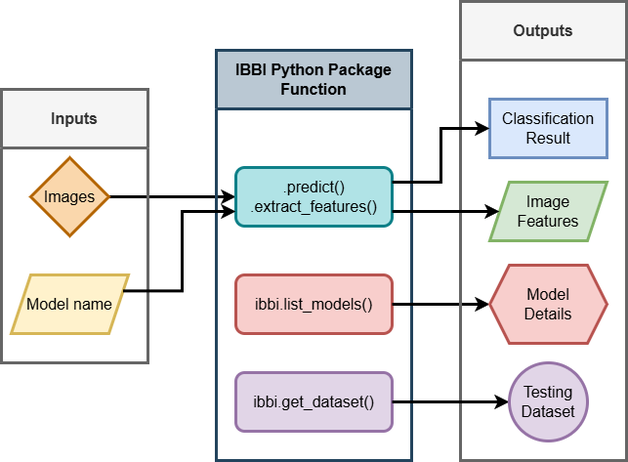
This is assets/images/ibbi_inputs_outputs.png from ChristopherMarais/IBBI, a draw.io export, as it was before one commit. Source tidied: cells renumbered, new cells last; positions are measured from the earlier drawing's top-left corner, leaving out a move shared by most shapes. Source of this version:
```xml
<mxGraphModel>
  <root>
    <mxCell id="0" />
    <mxCell id="1" parent="0" />
    <mxCell id="2" style="edgeStyle=orthogonalEdgeStyle;rounded=0;jettySize=auto;html=1;exitX=1;exitY=0.5;exitDx=0;exitDy=0;entryX=0;entryY=0.5;entryDx=0;entryDy=0;strokeWidth=3;fontSize=16;" parent="1" edge="1" source="3" target="5">
      <mxGeometry relative="1" as="geometry" />
    </mxCell>
    <mxCell id="3" value="Images" style="rhombus;whiteSpace=wrap;html=1;strokeWidth=3;fontSize=16;fillColor=#fad7ac;strokeColor=#b46504;" parent="1" vertex="1">
      <mxGeometry x="30" y="160" width="80" height="80" as="geometry" />
    </mxCell>
    <mxCell id="4" value="&lt;span style=&quot;&quot;&gt;IBBI Python Package Function&lt;/span&gt;" style="swimlane;whiteSpace=wrap;html=1;strokeWidth=3;fontSize=16;startSize=60;fontStyle=1;fillColor=#bac8d3;strokeColor=#23445d;" parent="1" vertex="1">
      <mxGeometry x="220" y="50" width="200" height="420" as="geometry" />
    </mxCell>
    <mxCell id="5" value=".predict()&lt;br&gt;.extract_features()" style="rounded=1;whiteSpace=wrap;html=1;strokeWidth=3;fontSize=16;fillColor=#b0e3e6;strokeColor=#0e8088;" parent="4" vertex="1">
      <mxGeometry x="20" y="120" width="160" height="60" as="geometry" />
    </mxCell>
    <mxCell id="6" value="ibbi.list_models()" style="rounded=1;whiteSpace=wrap;html=1;strokeWidth=3;fontSize=16;fillColor=#f8cecc;strokeColor=#b85450;" parent="4" vertex="1">
      <mxGeometry x="20" y="230" width="160" height="60" as="geometry" />
    </mxCell>
    <mxCell id="7" style="edgeStyle=orthogonalEdgeStyle;rounded=0;jettySize=auto;html=1;exitX=1;exitY=0.5;exitDx=0;exitDy=0;entryX=0;entryY=0.5;entryDx=0;entryDy=0;strokeWidth=3;fontSize=16;" parent="1" edge="1" source="6" target="14">
      <mxGeometry relative="1" as="geometry" />
    </mxCell>
    <mxCell id="8" value="Inputs" style="swimlane;whiteSpace=wrap;html=1;strokeWidth=3;fontSize=16;startSize=60;fillColor=#f5f5f5;fontColor=#333333;strokeColor=#666666;" parent="1" vertex="1">
      <mxGeometry y="90" width="150" height="280" as="geometry" />
    </mxCell>
    <mxCell id="9" value="Model name" style="shape=parallelogram;perimeter=parallelogramPerimeter;whiteSpace=wrap;html=1;fixedSize=1;strokeWidth=3;fontSize=16;fillColor=#fff2cc;strokeColor=#d6b656;" parent="8" vertex="1">
      <mxGeometry x="10" y="190" width="120" height="60" as="geometry" />
    </mxCell>
    <mxCell id="10" style="edgeStyle=orthogonalEdgeStyle;rounded=0;jettySize=auto;html=1;exitX=1;exitY=0.25;exitDx=0;exitDy=0;entryX=0;entryY=0.75;entryDx=0;entryDy=0;strokeWidth=3;fontSize=16;" parent="1" edge="1" source="9" target="5">
      <mxGeometry relative="1" as="geometry" />
    </mxCell>
    <mxCell id="11" value="Outputs" style="swimlane;whiteSpace=wrap;html=1;strokeWidth=3;fontSize=16;startSize=60;fillColor=#f5f5f5;fontColor=#333333;strokeColor=#666666;" parent="1" vertex="1">
      <mxGeometry x="470" width="170" height="470" as="geometry" />
    </mxCell>
    <mxCell id="12" value="Classification Result" style="rounded=0;whiteSpace=wrap;html=1;strokeWidth=3;fontSize=16;fillColor=#dae8fc;strokeColor=#6c8ebf;" parent="11" vertex="1">
      <mxGeometry x="30" y="100" width="120" height="60" as="geometry" />
    </mxCell>
    <mxCell id="13" value="&lt;font style=&quot;font-size: 16px;&quot;&gt;Image &lt;br&gt;Features&lt;/font&gt;" style="shape=parallelogram;perimeter=parallelogramPerimeter;whiteSpace=wrap;html=1;fixedSize=1;strokeWidth=3;fillColor=#d5e8d4;strokeColor=#82b366;" parent="11" vertex="1">
      <mxGeometry x="30" y="185" width="120" height="60" as="geometry" />
    </mxCell>
    <mxCell id="14" value="Model &lt;br&gt;Details" style="shape=hexagon;perimeter=hexagonPerimeter2;whiteSpace=wrap;html=1;fixedSize=1;strokeWidth=3;fontSize=16;fillColor=#f8cecc;strokeColor=#b85450;" parent="11" vertex="1">
      <mxGeometry x="30" y="270" width="120" height="80" as="geometry" />
    </mxCell>
    <mxCell id="15" value="ibbi.get_dataset()" style="rounded=1;whiteSpace=wrap;html=1;strokeWidth=3;fontSize=16;fillColor=#e1d5e7;strokeColor=#9673a6;" parent="11" vertex="1">
      <mxGeometry x="-230" y="380" width="160" height="60" as="geometry" />
    </mxCell>
    <mxCell id="16" style="edgeStyle=orthogonalEdgeStyle;rounded=0;jettySize=auto;html=1;exitX=1;exitY=0.5;exitDx=0;exitDy=0;entryX=0;entryY=0.5;entryDx=0;entryDy=0;strokeWidth=3;fontSize=16;" parent="11" edge="1" source="15" target="17">
      <mxGeometry relative="1" as="geometry" />
    </mxCell>
    <mxCell id="17" value="Testing Dataset" style="ellipse;whiteSpace=wrap;html=1;strokeWidth=3;fontSize=16;fillColor=#e1d5e7;strokeColor=#9673a6;" parent="11" vertex="1">
      <mxGeometry x="50" y="370" width="80" height="80" as="geometry" />
    </mxCell>
    <mxCell id="18" style="edgeStyle=orthogonalEdgeStyle;rounded=0;jettySize=auto;html=1;exitX=1;exitY=0.75;exitDx=0;exitDy=0;entryX=0;entryY=0.5;entryDx=0;entryDy=0;strokeWidth=3;" parent="1" edge="1" source="5" target="13">
      <mxGeometry relative="1" as="geometry" />
    </mxCell>
    <mxCell id="19" style="edgeStyle=orthogonalEdgeStyle;rounded=0;jettySize=auto;html=1;exitX=1;exitY=0.25;exitDx=0;exitDy=0;entryX=0;entryY=0.5;entryDx=0;entryDy=0;strokeWidth=3;" parent="1" edge="1" source="5" target="12">
      <mxGeometry relative="1" as="geometry" />
    </mxCell>
  </root>
</mxGraphModel>
```
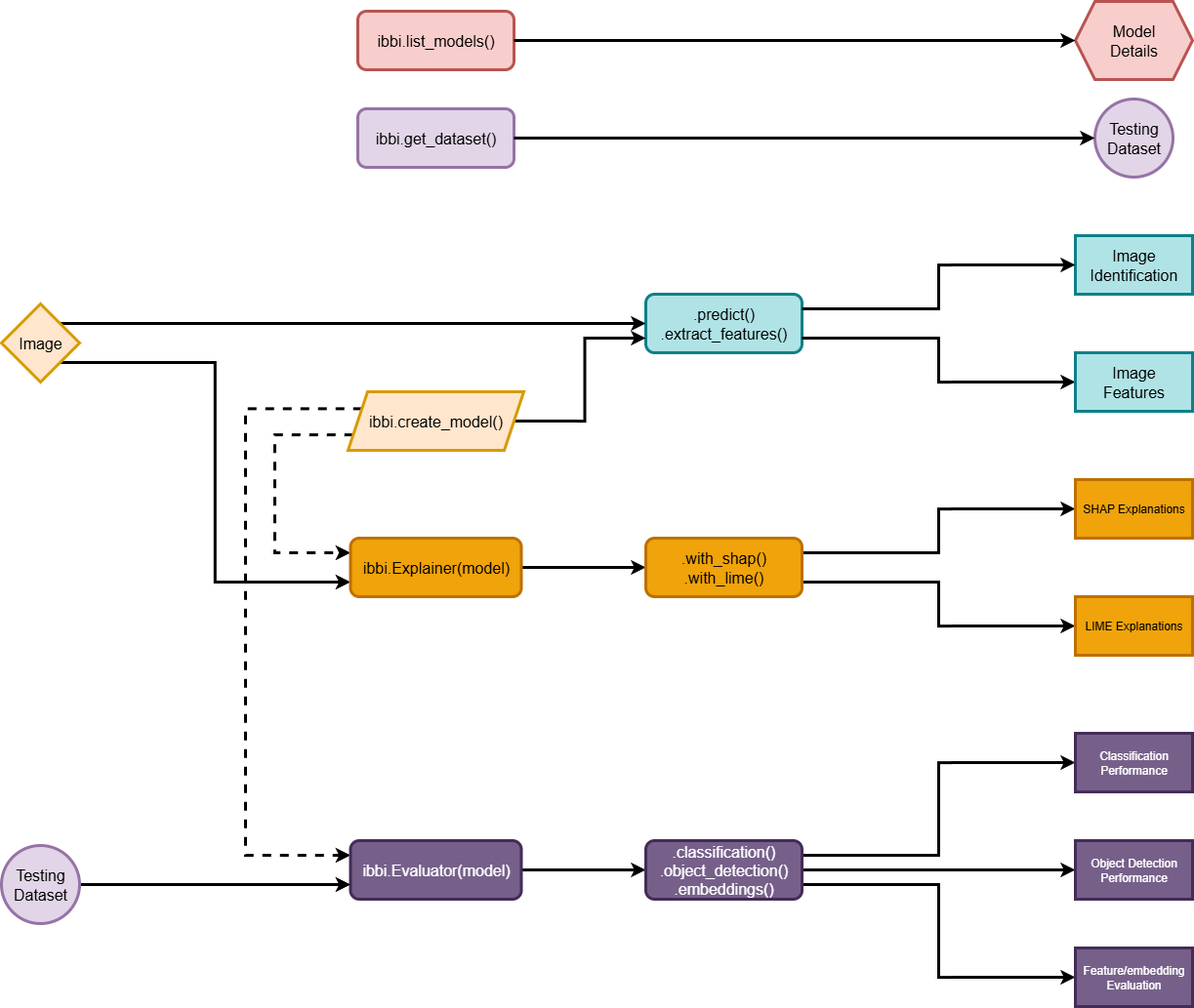
The same file after the commit.

The edit, as a diff of the source:
```diff
@@ -2,59 +2,123 @@
   <root>
     <mxCell id="0" />
     <mxCell id="1" parent="0" />
-    <mxCell id="2" style="edgeStyle=orthogonalEdgeStyle;rounded=0;jettySize=auto;html=1;exitX=1;exitY=0.5;exitDx=0;exitDy=0;entryX=0;entryY=0.5;entryDx=0;entryDy=0;strokeWidth=3;fontSize=16;" parent="1" edge="1" source="3" target="5">
-      <mxGeometry relative="1" as="geometry" />
-    </mxCell>
-    <mxCell id="3" value="Images" style="rhombus;whiteSpace=wrap;html=1;strokeWidth=3;fontSize=16;fillColor=#fad7ac;strokeColor=#b46504;" parent="1" vertex="1">
-      <mxGeometry x="30" y="160" width="80" height="80" as="geometry" />
-    </mxCell>
-    <mxCell id="4" value="&lt;span style=&quot;&quot;&gt;IBBI Python Package Function&lt;/span&gt;" style="swimlane;whiteSpace=wrap;html=1;strokeWidth=3;fontSize=16;startSize=60;fontStyle=1;fillColor=#bac8d3;strokeColor=#23445d;" parent="1" vertex="1">
-      <mxGeometry x="220" y="50" width="200" height="420" as="geometry" />
-    </mxCell>
+    <mxCell id="6" value="ibbi.list_models()" style="rounded=1;whiteSpace=wrap;html=1;strokeWidth=3;fontSize=16;fillColor=#f8cecc;strokeColor=#b85450;" parent="1" vertex="1">
+      <mxGeometry x="1285" y="-60" width="160" height="60" as="geometry" />
+    </mxCell>
+    <mxCell id="15" value="ibbi.get_dataset()" style="rounded=1;whiteSpace=wrap;html=1;strokeWidth=3;fontSize=16;fillColor=#e1d5e7;strokeColor=#9673a6;" parent="1" vertex="1">
+      <mxGeometry x="1285" y="40" width="160" height="60" as="geometry" />
+    </mxCell>
+    <mxCell id="14" value="Model &lt;br&gt;Details" style="shape=hexagon;perimeter=hexagonPerimeter2;whiteSpace=wrap;html=1;fixedSize=1;strokeWidth=3;fontSize=16;fillColor=#f8cecc;strokeColor=#b85450;" parent="1" vertex="1">
+      <mxGeometry x="2020" y="-70" width="120" height="80" as="geometry" />
+    </mxCell>
+    <mxCell id="20" value="Testing Dataset" style="ellipse;whiteSpace=wrap;html=1;strokeWidth=3;fontSize=16;fillColor=#e1d5e7;strokeColor=#9673a6;" parent="1" vertex="1">
+      <mxGeometry x="2040" y="30" width="80" height="80" as="geometry" />
+    </mxCell>
+    <mxCell id="7" style="edgeStyle=orthogonalEdgeStyle;rounded=0;jettySize=auto;html=1;exitX=1;exitY=0.5;exitDx=0;exitDy=0;entryX=0;entryY=0.5;entryDx=0;entryDy=0;strokeWidth=3;fontSize=16;" parent="1" edge="1" source="6" target="14">
+      <mxGeometry relative="1" as="geometry" />
+    </mxCell>
+    <mxCell id="21" style="edgeStyle=orthogonalEdgeStyle;rounded=0;jettySize=auto;html=1;exitX=1;exitY=0.5;exitDx=0;exitDy=0;entryX=0;entryY=0.5;entryDx=0;entryDy=0;strokeWidth=3;fontSize=16;" parent="1" edge="1" source="15" target="20">
+      <mxGeometry relative="1" as="geometry" />
+    </mxCell>
-    <mxCell id="5" value=".predict()&lt;br&gt;.extract_features()" style="rounded=1;whiteSpace=wrap;html=1;strokeWidth=3;fontSize=16;fillColor=#b0e3e6;strokeColor=#0e8088;" parent="4" vertex="1">
-      <mxGeometry x="20" y="120" width="160" height="60" as="geometry" />
+    <mxCell id="5" value=".predict()&lt;div&gt;.extract_features()&lt;/div&gt;" style="rounded=1;whiteSpace=wrap;html=1;strokeWidth=3;fontSize=16;fillColor=#b0e3e6;strokeColor=#0e8088;" parent="1" vertex="1">
+      <mxGeometry x="1580" y="230" width="160" height="60" as="geometry" />
     </mxCell>
-    <mxCell id="6" value="ibbi.list_models()" style="rounded=1;whiteSpace=wrap;html=1;strokeWidth=3;fontSize=16;fillColor=#f8cecc;strokeColor=#b85450;" parent="4" vertex="1">
-      <mxGeometry x="20" y="230" width="160" height="60" as="geometry" />
-    </mxCell>
-    <mxCell id="7" style="edgeStyle=orthogonalEdgeStyle;rounded=0;jettySize=auto;html=1;exitX=1;exitY=0.5;exitDx=0;exitDy=0;entryX=0;entryY=0.5;entryDx=0;entryDy=0;strokeWidth=3;fontSize=16;" parent="1" edge="1" source="6" target="14">
-      <mxGeometry relative="1" as="geometry" />
-    </mxCell>
-    <mxCell id="8" value="Inputs" style="swimlane;whiteSpace=wrap;html=1;strokeWidth=3;fontSize=16;startSize=60;fillColor=#f5f5f5;fontColor=#333333;strokeColor=#666666;" parent="1" vertex="1">
-      <mxGeometry y="90" width="150" height="280" as="geometry" />
-    </mxCell>
-    <mxCell id="9" value="Model name" style="shape=parallelogram;perimeter=parallelogramPerimeter;whiteSpace=wrap;html=1;fixedSize=1;strokeWidth=3;fontSize=16;fillColor=#fff2cc;strokeColor=#d6b656;" parent="8" vertex="1">
-      <mxGeometry x="10" y="190" width="120" height="60" as="geometry" />
-    </mxCell>
-    <mxCell id="10" style="edgeStyle=orthogonalEdgeStyle;rounded=0;jettySize=auto;html=1;exitX=1;exitY=0.25;exitDx=0;exitDy=0;entryX=0;entryY=0.75;entryDx=0;entryDy=0;strokeWidth=3;fontSize=16;" parent="1" edge="1" source="9" target="5">
-      <mxGeometry relative="1" as="geometry" />
-    </mxCell>
-    <mxCell id="11" value="Outputs" style="swimlane;whiteSpace=wrap;html=1;strokeWidth=3;fontSize=16;startSize=60;fillColor=#f5f5f5;fontColor=#333333;strokeColor=#666666;" parent="1" vertex="1">
-      <mxGeometry x="470" width="170" height="470" as="geometry" />
-    </mxCell>
-    <mxCell id="12" value="Classification Result" style="rounded=0;whiteSpace=wrap;html=1;strokeWidth=3;fontSize=16;fillColor=#dae8fc;strokeColor=#6c8ebf;" parent="11" vertex="1">
-      <mxGeometry x="30" y="100" width="120" height="60" as="geometry" />
-    </mxCell>
+    <mxCell id="22" style="edgeStyle=orthogonalEdgeStyle;rounded=0;jettySize=auto;html=1;exitX=1;exitY=0.5;exitDx=0;exitDy=0;entryX=0;entryY=0.75;entryDx=0;entryDy=0;strokeWidth=3;endArrow=classic;endFill=1;" parent="1" edge="1" source="25" target="5">
+      <mxGeometry relative="1" as="geometry" />
+    </mxCell>
+    <mxCell id="23" style="edgeStyle=orthogonalEdgeStyle;rounded=0;jettySize=auto;html=1;exitX=0;exitY=0.25;exitDx=0;exitDy=0;entryX=0;entryY=0.25;entryDx=0;entryDy=0;strokeWidth=3;endArrow=classic;endFill=1;dashed=1;" parent="1" edge="1" source="25" target="32">
+      <mxGeometry relative="1" as="geometry">
+        <Array as="points">
+          <mxPoint x="1170" y="347" />
+          <mxPoint x="1170" y="805" />
+        </Array>
+      </mxGeometry>
+    </mxCell>
+    <mxCell id="24" style="edgeStyle=orthogonalEdgeStyle;rounded=0;jettySize=auto;html=1;exitX=0;exitY=0.75;exitDx=0;exitDy=0;entryX=0;entryY=0.25;entryDx=0;entryDy=0;strokeWidth=3;endArrow=classic;endFill=1;dashed=1;" parent="1" edge="1" source="25" target="43">
+      <mxGeometry relative="1" as="geometry">
+        <Array as="points">
+          <mxPoint x="1200" y="374" />
+          <mxPoint x="1200" y="495" />
+        </Array>
+      </mxGeometry>
+    </mxCell>
+    <mxCell id="25" value="ibbi.create_model()" style="shape=parallelogram;perimeter=parallelogramPerimeter;whiteSpace=wrap;html=1;fixedSize=1;strokeWidth=3;fontSize=16;fillColor=#ffe6cc;strokeColor=#d79b00;" parent="1" vertex="1">
+      <mxGeometry x="1275" y="330" width="180" height="60" as="geometry" />
+    </mxCell>
+    <mxCell id="26" style="edgeStyle=orthogonalEdgeStyle;rounded=0;jettySize=auto;html=1;exitX=1;exitY=1;exitDx=0;exitDy=0;entryX=0;entryY=0.75;entryDx=0;entryDy=0;strokeWidth=3;endArrow=classic;endFill=1;" parent="1" edge="1" source="28" target="43">
+      <mxGeometry relative="1" as="geometry" />
+    </mxCell>
+    <mxCell id="27" style="edgeStyle=orthogonalEdgeStyle;rounded=0;jettySize=auto;html=1;exitX=1;exitY=0;exitDx=0;exitDy=0;entryX=0;entryY=0.5;entryDx=0;entryDy=0;strokeWidth=3;endArrow=classic;endFill=1;" parent="1" edge="1" source="28" target="5">
+      <mxGeometry relative="1" as="geometry" />
+    </mxCell>
+    <mxCell id="28" value="Image" style="rhombus;whiteSpace=wrap;html=1;strokeWidth=3;fontSize=16;fillColor=#ffe6cc;strokeColor=#d79b00;" parent="1" vertex="1">
+      <mxGeometry x="920" y="240" width="80" height="80" as="geometry" />
+    </mxCell>
+    <mxCell id="29" value="Image Identification" style="rounded=0;whiteSpace=wrap;html=1;strokeWidth=3;fontSize=16;fillColor=#b0e3e6;strokeColor=#0e8088;" parent="1" vertex="1">
+      <mxGeometry x="2020" y="170" width="120" height="60" as="geometry" />
+    </mxCell>
+    <mxCell id="18" style="edgeStyle=orthogonalEdgeStyle;rounded=0;jettySize=auto;html=1;exitX=1;exitY=0.75;exitDx=0;exitDy=0;entryX=0;entryY=0.5;entryDx=0;entryDy=0;strokeWidth=3;" parent="1" edge="1" source="5" target="13">
+      <mxGeometry relative="1" as="geometry" />
+    </mxCell>
+    <mxCell id="30" style="edgeStyle=orthogonalEdgeStyle;rounded=0;jettySize=auto;html=1;exitX=1;exitY=0.25;exitDx=0;exitDy=0;entryX=0;entryY=0.5;entryDx=0;entryDy=0;strokeWidth=3;" parent="1" edge="1" source="5" target="29">
+      <mxGeometry relative="1" as="geometry" />
+    </mxCell>
+    <mxCell id="31" style="edgeStyle=orthogonalEdgeStyle;rounded=0;jettySize=auto;html=1;exitX=1;exitY=0.5;exitDx=0;exitDy=0;entryX=0;entryY=0.5;entryDx=0;entryDy=0;strokeWidth=3;endArrow=classic;endFill=1;" parent="1" edge="1" source="32" target="38">
+      <mxGeometry relative="1" as="geometry" />
+    </mxCell>
+    <mxCell id="32" value="&lt;span style=&quot;font-size: 16px;&quot;&gt;ibbi.Evaluator(model)&lt;/span&gt;" style="rounded=1;whiteSpace=wrap;html=1;fillColor=#76608a;strokeColor=#432D57;strokeWidth=3;textShadow=0;fontColor=#ffffff;" parent="1" vertex="1">
+      <mxGeometry x="1277.5" y="790" width="175" height="60" as="geometry" />
+    </mxCell>
+    <mxCell id="33" style="edgeStyle=orthogonalEdgeStyle;rounded=0;jettySize=auto;html=1;exitX=1;exitY=0.5;exitDx=0;exitDy=0;entryX=0;entryY=0.75;entryDx=0;entryDy=0;strokeWidth=3;endArrow=classic;endFill=1;" parent="1" edge="1" source="34" target="32">
+      <mxGeometry relative="1" as="geometry" />
+    </mxCell>
+    <mxCell id="34" value="Testing Dataset" style="ellipse;whiteSpace=wrap;html=1;strokeWidth=3;fontSize=16;fillColor=#e1d5e7;strokeColor=#9673a6;" parent="1" vertex="1">
+      <mxGeometry x="920" y="795" width="80" height="80" as="geometry" />
+    </mxCell>
+    <mxCell id="35" style="edgeStyle=orthogonalEdgeStyle;rounded=0;jettySize=auto;html=1;exitX=1;exitY=0.5;exitDx=0;exitDy=0;entryX=0;entryY=0.5;entryDx=0;entryDy=0;strokeWidth=3;endArrow=classic;endFill=1;" parent="1" edge="1" source="38" target="40">
+      <mxGeometry relative="1" as="geometry" />
+    </mxCell>
+    <mxCell id="36" style="edgeStyle=orthogonalEdgeStyle;rounded=0;jettySize=auto;html=1;exitX=1;exitY=0.25;exitDx=0;exitDy=0;entryX=0;entryY=0.5;entryDx=0;entryDy=0;strokeWidth=3;endArrow=classic;endFill=1;" parent="1" edge="1" source="38" target="39">
+      <mxGeometry relative="1" as="geometry" />
+    </mxCell>
+    <mxCell id="37" style="edgeStyle=orthogonalEdgeStyle;rounded=0;jettySize=auto;html=1;exitX=1;exitY=0.75;exitDx=0;exitDy=0;entryX=0;entryY=0.5;entryDx=0;entryDy=0;strokeWidth=3;endArrow=classic;endFill=1;" parent="1" edge="1" source="38" target="41">
+      <mxGeometry relative="1" as="geometry" />
+    </mxCell>
+    <mxCell id="38" value="&lt;span style=&quot;font-size: 16px;&quot;&gt;.classification()&lt;/span&gt;&lt;div&gt;&lt;span style=&quot;font-size: 16px;&quot;&gt;.object_detection()&lt;/span&gt;&lt;/div&gt;&lt;div&gt;&lt;span style=&quot;font-size: 16px;&quot;&gt;.embeddings()&lt;/span&gt;&lt;/div&gt;" style="rounded=1;whiteSpace=wrap;html=1;fillColor=#76608a;strokeColor=#432D57;textShadow=0;strokeWidth=3;fontColor=#ffffff;" parent="1" vertex="1">
+      <mxGeometry x="1580" y="790" width="160" height="60" as="geometry" />
+    </mxCell>
+    <mxCell id="39" value="Classification Performance" style="rounded=0;whiteSpace=wrap;html=1;fillColor=#76608a;strokeColor=#432D57;textShadow=0;strokeWidth=3;fontColor=#ffffff;" parent="1" vertex="1">
+      <mxGeometry x="2020" y="680" width="120" height="60" as="geometry" />
+    </mxCell>
+    <mxCell id="40" value="Object Detection Performance" style="rounded=0;whiteSpace=wrap;html=1;fillColor=#76608a;strokeColor=#432D57;textShadow=0;strokeWidth=3;fontColor=#ffffff;" parent="1" vertex="1">
+      <mxGeometry x="2020" y="790" width="120" height="60" as="geometry" />
+    </mxCell>
+    <mxCell id="41" value="Feature/embedding Evaluation" style="rounded=0;whiteSpace=wrap;html=1;fillColor=#76608a;strokeColor=#432D57;textShadow=0;strokeWidth=3;fontColor=#ffffff;" parent="1" vertex="1">
+      <mxGeometry x="2020" y="900" width="120" height="60" as="geometry" />
+    </mxCell>
+    <mxCell id="42" style="edgeStyle=orthogonalEdgeStyle;rounded=0;jettySize=auto;html=1;exitX=1;exitY=0.5;exitDx=0;exitDy=0;entryX=0;entryY=0.5;entryDx=0;entryDy=0;strokeWidth=3;endArrow=classic;endFill=1;" parent="1" edge="1" source="43" target="46">
+      <mxGeometry relative="1" as="geometry" />
+    </mxCell>
+    <mxCell id="43" value="ibbi.Explainer(model)" style="rounded=1;whiteSpace=wrap;html=1;strokeWidth=3;fontSize=16;fillColor=#f0a30a;strokeColor=#BD7000;textShadow=0;fontColor=#000000;" parent="1" vertex="1">
+      <mxGeometry x="1277.5" y="480" width="175" height="60" as="geometry" />
+    </mxCell>
+    <mxCell id="44" style="edgeStyle=orthogonalEdgeStyle;rounded=0;jettySize=auto;html=1;exitX=1;exitY=0.25;exitDx=0;exitDy=0;entryX=0;entryY=0.5;entryDx=0;entryDy=0;strokeWidth=3;endArrow=classic;endFill=1;" parent="1" edge="1" source="46" target="47">
+      <mxGeometry relative="1" as="geometry" />
+    </mxCell>
+    <mxCell id="45" style="edgeStyle=orthogonalEdgeStyle;rounded=0;jettySize=auto;html=1;exitX=1;exitY=0.75;exitDx=0;exitDy=0;entryX=0;entryY=0.5;entryDx=0;entryDy=0;strokeWidth=3;endArrow=classic;endFill=1;" parent="1" edge="1" source="46" target="48">
+      <mxGeometry relative="1" as="geometry" />
+    </mxCell>
+    <mxCell id="46" value="&lt;span style=&quot;font-size: 16px;&quot;&gt;.with_shap()&lt;/span&gt;&lt;div&gt;&lt;span style=&quot;font-size: 16px;&quot;&gt;.with_lime()&lt;/span&gt;&lt;/div&gt;" style="rounded=1;whiteSpace=wrap;html=1;fillColor=#f0a30a;strokeColor=#BD7000;textShadow=0;fontColor=#000000;strokeWidth=3;" parent="1" vertex="1">
+      <mxGeometry x="1580" y="480" width="160" height="60" as="geometry" />
+    </mxCell>
+    <mxCell id="47" value="SHAP Explanations" style="rounded=0;whiteSpace=wrap;html=1;fillColor=#f0a30a;strokeColor=#BD7000;textShadow=0;fontColor=#000000;strokeWidth=3;" parent="1" vertex="1">
+      <mxGeometry x="2020" y="420" width="120" height="60" as="geometry" />
+    </mxCell>
+    <mxCell id="48" value="LIME Explanations" style="rounded=0;whiteSpace=wrap;html=1;fillColor=#f0a30a;strokeColor=#BD7000;textShadow=0;fontColor=#000000;strokeWidth=3;" parent="1" vertex="1">
+      <mxGeometry x="2020" y="540" width="120" height="60" as="geometry" />
+    </mxCell>
-    <mxCell id="13" value="&lt;font style=&quot;font-size: 16px;&quot;&gt;Image &lt;br&gt;Features&lt;/font&gt;" style="shape=parallelogram;perimeter=parallelogramPerimeter;whiteSpace=wrap;html=1;fixedSize=1;strokeWidth=3;fillColor=#d5e8d4;strokeColor=#82b366;" parent="11" vertex="1">
-      <mxGeometry x="30" y="185" width="120" height="60" as="geometry" />
+    <mxCell id="13" value="&lt;span style=&quot;font-size: 16px;&quot;&gt;Image&lt;/span&gt;&lt;br style=&quot;font-size: 16px;&quot;&gt;&lt;span style=&quot;font-size: 16px;&quot;&gt;Features&lt;/span&gt;" style="rounded=0;whiteSpace=wrap;html=1;fillColor=#b0e3e6;strokeColor=#0e8088;strokeWidth=3;" parent="1" vertex="1">
+      <mxGeometry x="2020" y="290" width="120" height="60" as="geometry" />
     </mxCell>
-    <mxCell id="14" value="Model &lt;br&gt;Details" style="shape=hexagon;perimeter=hexagonPerimeter2;whiteSpace=wrap;html=1;fixedSize=1;strokeWidth=3;fontSize=16;fillColor=#f8cecc;strokeColor=#b85450;" parent="11" vertex="1">
-      <mxGeometry x="30" y="270" width="120" height="80" as="geometry" />
-    </mxCell>
-    <mxCell id="15" value="ibbi.get_dataset()" style="rounded=1;whiteSpace=wrap;html=1;strokeWidth=3;fontSize=16;fillColor=#e1d5e7;strokeColor=#9673a6;" parent="11" vertex="1">
-      <mxGeometry x="-230" y="380" width="160" height="60" as="geometry" />
-    </mxCell>
-    <mxCell id="16" style="edgeStyle=orthogonalEdgeStyle;rounded=0;jettySize=auto;html=1;exitX=1;exitY=0.5;exitDx=0;exitDy=0;entryX=0;entryY=0.5;entryDx=0;entryDy=0;strokeWidth=3;fontSize=16;" parent="11" edge="1" source="15" target="17">
-      <mxGeometry relative="1" as="geometry" />
-    </mxCell>
-    <mxCell id="17" value="Testing Dataset" style="ellipse;whiteSpace=wrap;html=1;strokeWidth=3;fontSize=16;fillColor=#e1d5e7;strokeColor=#9673a6;" parent="11" vertex="1">
-      <mxGeometry x="50" y="370" width="80" height="80" as="geometry" />
-    </mxCell>
-    <mxCell id="18" style="edgeStyle=orthogonalEdgeStyle;rounded=0;jettySize=auto;html=1;exitX=1;exitY=0.75;exitDx=0;exitDy=0;entryX=0;entryY=0.5;entryDx=0;entryDy=0;strokeWidth=3;" parent="1" edge="1" source="5" target="13">
-      <mxGeometry relative="1" as="geometry" />
-    </mxCell>
-    <mxCell id="19" style="edgeStyle=orthogonalEdgeStyle;rounded=0;jettySize=auto;html=1;exitX=1;exitY=0.25;exitDx=0;exitDy=0;entryX=0;entryY=0.5;entryDx=0;entryDy=0;strokeWidth=3;" parent="1" edge="1" source="5" target="12">
-      <mxGeometry relative="1" as="geometry" />
-    </mxCell>
   </root>
 </mxGraphModel>
```
